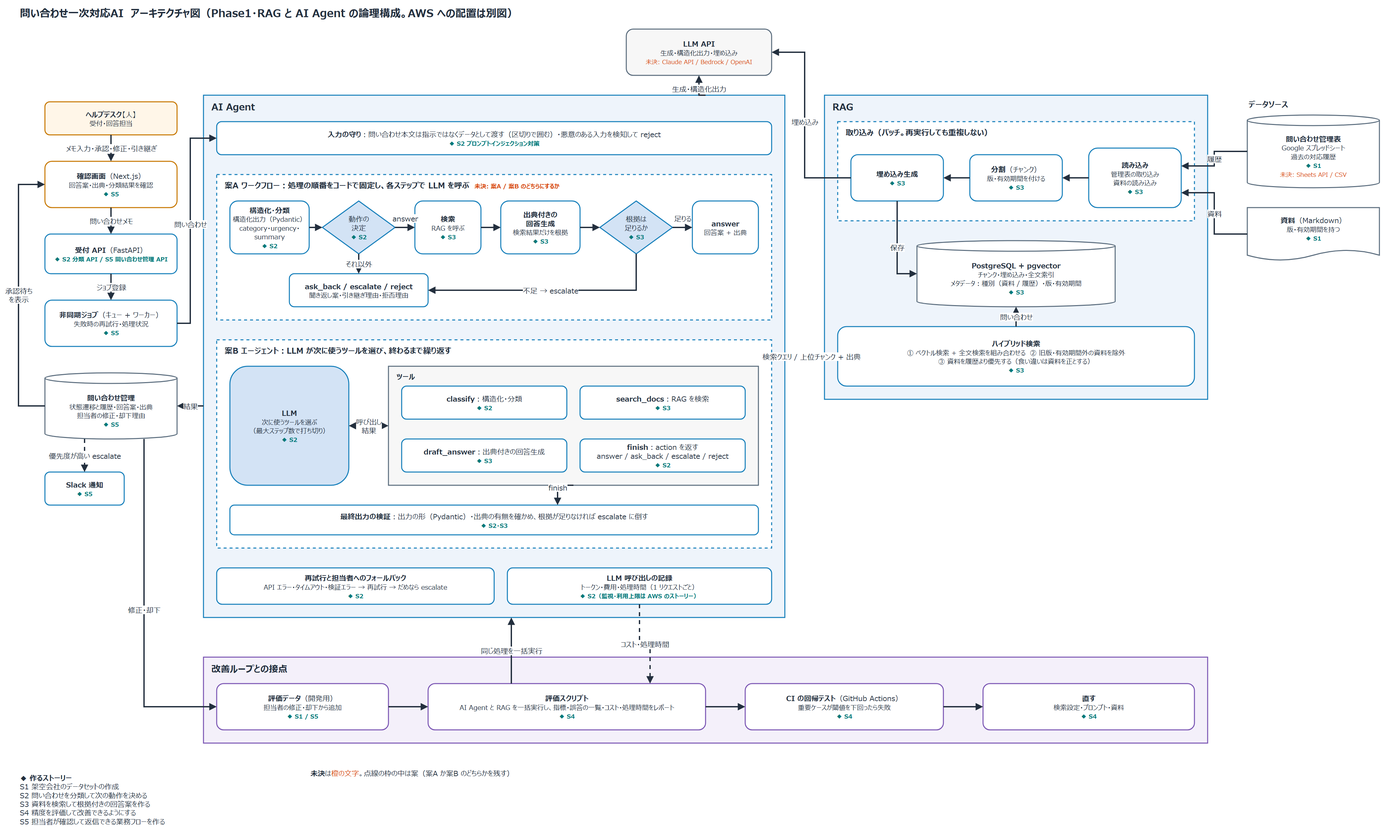
geek-teru/llm-inquiry-agent-sample keeps this draw.io diagram as docs/architecture.drawio.png. Above is the earlier version. Source tidied: cells renumbered, new cells last; positions are measured from the earlier drawing's top-left corner, leaving out a move shared by most shapes.
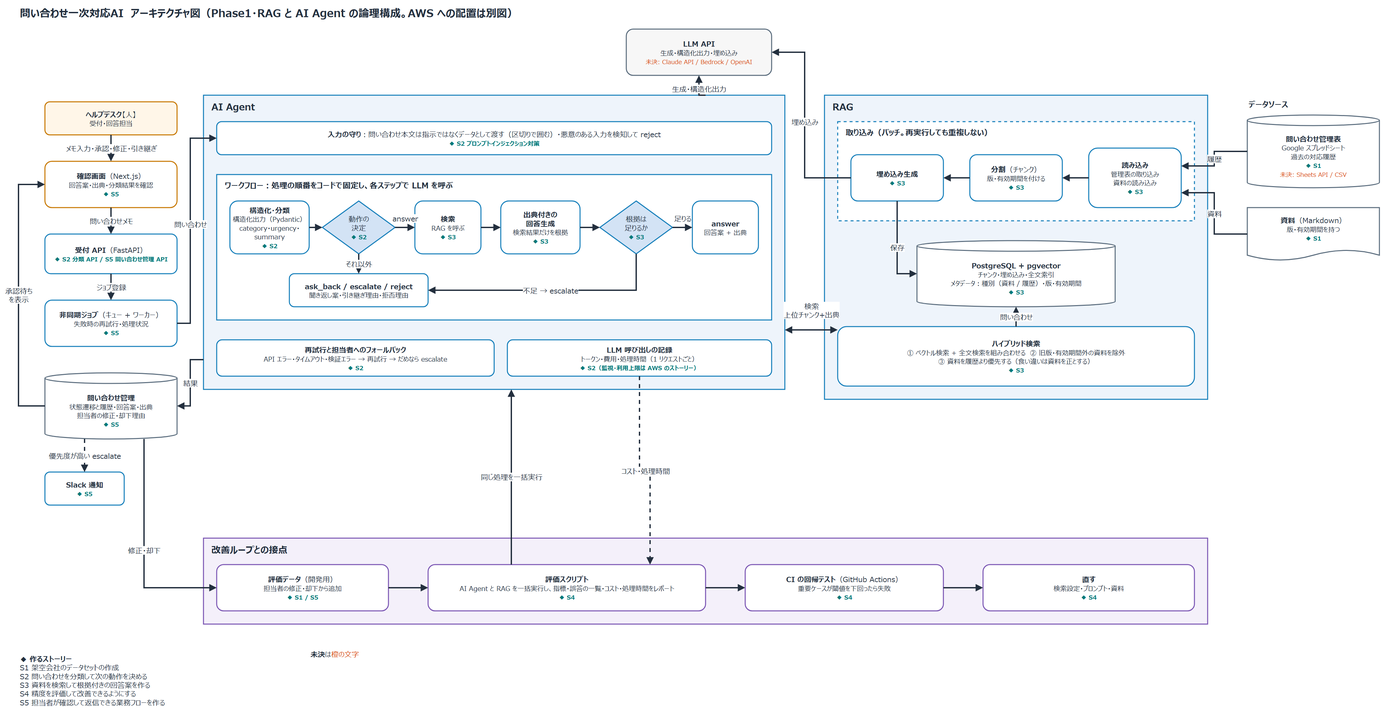
The same file after the commit.

Commit message:
docs: adopt workflow option for AI Agent in architecture diagram

Diff of the diagram source:
```diff
@@ -3,7 +3,7 @@
     <mxCell id="0" />
     <mxCell id="1" value="Background" parent="0" />
     <mxCell id="2" style="rounded=0;whiteSpace=wrap;html=1;fillColor=#FFFFFF;strokeColor=none;" parent="1" vertex="1">
-      <mxGeometry width="2100" height="1300" as="geometry" />
+      <mxGeometry width="2100" height="1120" as="geometry" />
     </mxCell>
     <mxCell id="3" value="Shapes" parent="0" />
     <mxCell id="4" value="Edges" parent="0" />
@@ -32,12 +32,12 @@
       <mxGeometry x="940" y="60" width="220" height="70" as="geometry" />
     </mxCell>
     <mxCell id="13" value="AI Agent" style="rounded=0;whiteSpace=wrap;html=1;fillColor=#EEF4FB;strokeColor=#147EBA;strokeWidth=1.5;verticalAlign=top;align=left;spacingLeft=10;spacingTop=2;fontStyle=1;fontSize=14;fontColor=#232F3E;fontFamily=Meiryo UI;" parent="3" vertex="1">
-      <mxGeometry x="300" y="160" width="880" height="790" as="geometry" />
+      <mxGeometry x="300" y="160" width="880" height="445" as="geometry" />
     </mxCell>
     <mxCell id="14" value="&lt;b&gt;入力の守り&lt;/b&gt;：問い合わせ本文は指示ではなくデータとして渡す（区切りで囲む）・悪意のある入力を検知して reject&lt;br&gt;&lt;span style=&quot;font-size:9px;color:#00797A;font-weight:bold&quot;&gt;◆ S2 プロンプトインジェクション対策&lt;/span&gt;" style="rounded=1;whiteSpace=wrap;html=1;fillColor=#FFFFFF;strokeColor=#147EBA;strokeWidth=1.5;fontSize=11;fontColor=#232F3E;fontFamily=Meiryo UI;" parent="13" vertex="1">
       <mxGeometry x="20" y="40" width="840" height="50" as="geometry" />
     </mxCell>
-    <mxCell id="15" value="案A ワークフロー：処理の順番をコードで固定し、各ステップで LLM を呼ぶ　&lt;span style=&quot;font-size:9px;color:#D9480F&quot;&gt;未決: 案A / 案B のどちらにするか&lt;/span&gt;" style="rounded=0;whiteSpace=wrap;html=1;fillColor=#FFFFFF;strokeColor=#147EBA;strokeWidth=1.5;verticalAlign=top;align=left;spacingLeft=10;spacingTop=2;fontStyle=1;fontSize=12;fontColor=#232F3E;fontFamily=Meiryo UI;dashed=1;" parent="13" vertex="1">
+    <mxCell id="15" value="ワークフロー：処理の順番をコードで固定し、各ステップで LLM を呼ぶ" style="rounded=0;whiteSpace=wrap;html=1;fillColor=#FFFFFF;strokeColor=#147EBA;strokeWidth=1.5;verticalAlign=top;align=left;spacingLeft=10;spacingTop=2;fontStyle=1;fontSize=12;fontColor=#232F3E;fontFamily=Meiryo UI;" parent="13" vertex="1">
       <mxGeometry x="20" y="120" width="840" height="220" as="geometry" />
     </mxCell>
     <mxCell id="16" value="&lt;b&gt;構造化・分類&lt;/b&gt;&lt;br&gt;&lt;span style=&quot;font-size:10px&quot;&gt;構造化出力（Pydantic）&lt;br&gt;category・urgency・summary&lt;/span&gt;&lt;br&gt;&lt;span style=&quot;font-size:9px;color:#00797A;font-weight:bold&quot;&gt;◆ S2&lt;/span&gt;" style="rounded=1;whiteSpace=wrap;html=1;fillColor=#FFFFFF;strokeColor=#147EBA;strokeWidth=1.5;fontSize=11;fontColor=#232F3E;fontFamily=Meiryo UI;" parent="15" vertex="1">
@@ -61,35 +61,11 @@
     <mxCell id="22" value="&lt;b&gt;ask_back / escalate / reject&lt;/b&gt;&lt;br&gt;&lt;span style=&quot;font-size:10px&quot;&gt;聞き返し案・引き継ぎ理由・拒否理由&lt;/span&gt;" style="rounded=1;whiteSpace=wrap;html=1;fillColor=#FFFFFF;strokeColor=#147EBA;strokeWidth=1.5;fontSize=11;fontColor=#232F3E;fontFamily=Meiryo UI;" parent="15" vertex="1">
       <mxGeometry x="110" y="150" width="210" height="50" as="geometry" />
     </mxCell>
-    <mxCell id="23" value="案B エージェント：LLM が次に使うツールを選び、終わるまで繰り返す" style="rounded=0;whiteSpace=wrap;html=1;fillColor=#FFFFFF;strokeColor=#147EBA;strokeWidth=1.5;verticalAlign=top;align=left;spacingLeft=10;spacingTop=2;fontStyle=1;fontSize=12;fontColor=#232F3E;fontFamily=Meiryo UI;dashed=1;" parent="13" vertex="1">
-      <mxGeometry x="20" y="370" width="840" height="315" as="geometry" />
-    </mxCell>
-    <mxCell id="24" value="&lt;b&gt;LLM&lt;/b&gt;&lt;br&gt;&lt;span style=&quot;font-size:10px&quot;&gt;次に使うツールを選ぶ&lt;br&gt;（最大ステップ数で打ち切り）&lt;/span&gt;&lt;br&gt;&lt;span style=&quot;font-size:9px;color:#00797A;font-weight:bold&quot;&gt;◆ S2&lt;/span&gt;" style="rounded=1;whiteSpace=wrap;html=1;fillColor=#D3E3F5;strokeColor=#147EBA;strokeWidth=1.5;fontSize=11;fontColor=#232F3E;fontFamily=Meiryo UI;" parent="23" vertex="1">
-      <mxGeometry x="20" y="40" width="180" height="180" as="geometry" />
-    </mxCell>
-    <mxCell id="25" value="ツール" style="rounded=0;whiteSpace=wrap;html=1;fillColor=#F7F7F7;strokeColor=#5A6C7D;strokeWidth=1.5;verticalAlign=top;align=left;spacingLeft=10;spacingTop=2;fontStyle=1;fontSize=11;fontColor=#232F3E;fontFamily=Meiryo UI;" parent="23" vertex="1">
-      <mxGeometry x="260" y="40" width="560" height="180" as="geometry" />
-    </mxCell>
-    <mxCell id="26" value="&lt;b&gt;classify&lt;/b&gt;：構造化・分類&lt;br&gt;&lt;span style=&quot;font-size:9px;color:#00797A;font-weight:bold&quot;&gt;◆ S2&lt;/span&gt;" style="rounded=1;whiteSpace=wrap;html=1;fillColor=#FFFFFF;strokeColor=#147EBA;strokeWidth=1.5;fontSize=11;fontColor=#232F3E;fontFamily=Meiryo UI;" parent="25" vertex="1">
-      <mxGeometry x="20" y="30" width="250" height="50" as="geometry" />
-    </mxCell>
-    <mxCell id="27" value="&lt;b&gt;search_docs&lt;/b&gt;：RAG を検索&lt;br&gt;&lt;span style=&quot;font-size:9px;color:#00797A;font-weight:bold&quot;&gt;◆ S3&lt;/span&gt;" style="rounded=1;whiteSpace=wrap;html=1;fillColor=#FFFFFF;strokeColor=#147EBA;strokeWidth=1.5;fontSize=11;fontColor=#232F3E;fontFamily=Meiryo UI;" parent="25" vertex="1">
-      <mxGeometry x="290" y="30" width="250" height="50" as="geometry" />
-    </mxCell>
-    <mxCell id="28" value="&lt;b&gt;draft_answer&lt;/b&gt;：出典付きの回答生成&lt;br&gt;&lt;span style=&quot;font-size:9px;color:#00797A;font-weight:bold&quot;&gt;◆ S3&lt;/span&gt;" style="rounded=1;whiteSpace=wrap;html=1;fillColor=#FFFFFF;strokeColor=#147EBA;strokeWidth=1.5;fontSize=11;fontColor=#232F3E;fontFamily=Meiryo UI;" parent="25" vertex="1">
-      <mxGeometry x="20" y="110" width="250" height="50" as="geometry" />
-    </mxCell>
-    <mxCell id="29" value="&lt;b&gt;finish&lt;/b&gt;：action を返す&lt;br&gt;answer / ask_back / escalate / reject&lt;br&gt;&lt;span style=&quot;font-size:9px;color:#00797A;font-weight:bold&quot;&gt;◆ S2&lt;/span&gt;" style="rounded=1;whiteSpace=wrap;html=1;fillColor=#FFFFFF;strokeColor=#147EBA;strokeWidth=1.5;fontSize=11;fontColor=#232F3E;fontFamily=Meiryo UI;" parent="25" vertex="1">
-      <mxGeometry x="290" y="110" width="250" height="50" as="geometry" />
-    </mxCell>
-    <mxCell id="30" value="&lt;b&gt;最終出力の検証&lt;/b&gt;：出力の形（Pydantic）・出典の有無を確かめ、根拠が足りなければ escalate に倒す&lt;br&gt;&lt;span style=&quot;font-size:9px;color:#00797A;font-weight:bold&quot;&gt;◆ S2・S3&lt;/span&gt;" style="rounded=1;whiteSpace=wrap;html=1;fillColor=#FFFFFF;strokeColor=#147EBA;strokeWidth=1.5;fontSize=11;fontColor=#232F3E;fontFamily=Meiryo UI;" parent="23" vertex="1">
-      <mxGeometry x="20" y="250" width="800" height="45" as="geometry" />
-    </mxCell>
     <mxCell id="31" value="&lt;b&gt;再試行と担当者へのフォールバック&lt;/b&gt;&lt;br&gt;&lt;span style=&quot;font-size:10px&quot;&gt;API エラー・タイムアウト・検証エラー → 再試行 → だめなら escalate&lt;/span&gt;&lt;br&gt;&lt;span style=&quot;font-size:9px;color:#00797A;font-weight:bold&quot;&gt;◆ S2&lt;/span&gt;" style="rounded=1;whiteSpace=wrap;html=1;fillColor=#FFFFFF;strokeColor=#147EBA;strokeWidth=1.5;fontSize=11;fontColor=#232F3E;fontFamily=Meiryo UI;" parent="13" vertex="1">
-      <mxGeometry x="20" y="715" width="420" height="55" as="geometry" />
+      <mxGeometry x="20" y="370" width="420" height="55" as="geometry" />
     </mxCell>
     <mxCell id="32" value="&lt;b&gt;LLM 呼び出しの記録&lt;/b&gt;&lt;br&gt;&lt;span style=&quot;font-size:10px&quot;&gt;トークン・費用・処理時間（1 リクエストごと）&lt;/span&gt;&lt;br&gt;&lt;span style=&quot;font-size:9px;color:#00797A;font-weight:bold&quot;&gt;◆ S2（監視・利用上限は AWS のストーリー）&lt;/span&gt;" style="rounded=1;whiteSpace=wrap;html=1;fillColor=#FFFFFF;strokeColor=#147EBA;strokeWidth=1.5;fontSize=11;fontColor=#232F3E;fontFamily=Meiryo UI;" parent="13" vertex="1">
-      <mxGeometry x="460" y="715" width="400" height="55" as="geometry" />
+      <mxGeometry x="460" y="370" width="400" height="55" as="geometry" />
     </mxCell>
     <mxCell id="33" value="RAG" style="rounded=0;whiteSpace=wrap;html=1;fillColor=#EEF4FB;strokeColor=#147EBA;strokeWidth=1.5;verticalAlign=top;align=left;spacingLeft=10;spacingTop=2;fontStyle=1;fontSize=14;fontColor=#232F3E;fontFamily=Meiryo UI;" parent="3" vertex="1">
       <mxGeometry x="1240" y="160" width="580" height="460" as="geometry" />
@@ -122,7 +98,7 @@
       <mxGeometry x="1880" y="160" width="200" height="25" as="geometry" />
     </mxCell>
     <mxCell id="43" value="改善ループとの接点" style="rounded=0;whiteSpace=wrap;html=1;fillColor=#F4F0FA;strokeColor=#7A55B3;strokeWidth=1.5;verticalAlign=top;align=left;spacingLeft=10;spacingTop=2;fontStyle=1;fontSize=14;fontColor=#232F3E;fontFamily=Meiryo UI;" parent="3" vertex="1">
-      <mxGeometry x="300" y="1010" width="1520" height="130" as="geometry" />
+      <mxGeometry x="300" y="830" width="1520" height="130" as="geometry" />
     </mxCell>
     <mxCell id="44" value="&lt;b&gt;評価データ&lt;/b&gt;（開発用）&lt;br&gt;&lt;span style=&quot;font-size:10px&quot;&gt;担当者の修正・却下から追加&lt;/span&gt;&lt;br&gt;&lt;span style=&quot;font-size:9px;color:#00797A;font-weight:bold&quot;&gt;◆ S1 / S5&lt;/span&gt;" style="rounded=1;whiteSpace=wrap;html=1;fillColor=#FFFFFF;strokeColor=#7A55B3;strokeWidth=1.5;fontSize=11;fontColor=#232F3E;fontFamily=Meiryo UI;" parent="43" vertex="1">
       <mxGeometry x="20" y="40" width="260" height="70" as="geometry" />
@@ -137,10 +113,10 @@
       <mxGeometry x="1180" y="40" width="320" height="70" as="geometry" />
     </mxCell>
     <mxCell id="48" value="&lt;b&gt;◆ 作るストーリー&lt;/b&gt;&lt;br&gt;S1 架空会社のデータセットの作成&lt;br&gt;S2 問い合わせを分類して次の動作を決める&lt;br&gt;S3 資料を検索して根拠付きの回答案を作る&lt;br&gt;S4 精度を評価して改善できるようにする&lt;br&gt;S5 担当者が確認して返信できる業務フローを作る" style="text;html=1;whiteSpace=wrap;align=left;verticalAlign=middle;fontSize=11;fontColor=#232F3E;fontFamily=Meiryo UI;" parent="3" vertex="1">
-      <mxGeometry x="20" y="1170" width="420" height="110" as="geometry" />
+      <mxGeometry x="20" y="990" width="420" height="110" as="geometry" />
     </mxCell>
-    <mxCell id="49" value="&lt;b&gt;未決&lt;/b&gt;は&lt;span style=&quot;color:#D9480F&quot;&gt;橙の文字&lt;/span&gt;。点線の枠の中は案（案A か案B のどちらかを残す）" style="text;html=1;whiteSpace=wrap;align=left;verticalAlign=middle;fontSize=11;fontColor=#232F3E;fontFamily=Meiryo UI;" parent="3" vertex="1">
-      <mxGeometry x="460" y="1170" width="600" height="30" as="geometry" />
+    <mxCell id="49" value="&lt;b&gt;未決&lt;/b&gt;は&lt;span style=&quot;color:#D9480F&quot;&gt;橙の文字&lt;/span&gt;" style="text;html=1;whiteSpace=wrap;align=left;verticalAlign=middle;fontSize=11;fontColor=#232F3E;fontFamily=Meiryo UI;" parent="3" vertex="1">
+      <mxGeometry x="460" y="990" width="600" height="30" as="geometry" />
     </mxCell>
     <mxCell id="50" style="edgeStyle=orthogonalEdgeStyle;rounded=0;html=1;jettySize=auto;strokeColor=#232F3E;strokeWidth=2;endArrow=block;endFill=1;fontSize=11;fontColor=#232F3E;labelBackgroundColor=#ffffff;fontFamily=Meiryo UI;exitX=1;exitY=0.5;exitDx=0;exitDy=0;entryX=0;entryY=0.5;entryDx=0;entryDy=0;" parent="4" edge="1" source="16" target="17">
       <mxGeometry relative="1" as="geometry" />
@@ -171,12 +147,6 @@
         </Array>
       </mxGeometry>
     </mxCell>
-    <mxCell id="57" value="呼び出し&lt;br&gt;結果" style="edgeStyle=orthogonalEdgeStyle;rounded=0;html=1;jettySize=auto;strokeColor=#232F3E;strokeWidth=2;endArrow=block;endFill=1;fontSize=11;fontColor=#232F3E;labelBackgroundColor=#ffffff;fontFamily=Meiryo UI;startArrow=block;startFill=1;exitX=1;exitY=0.5;exitDx=0;exitDy=0;entryX=0;entryY=0.5;entryDx=0;entryDy=0;" parent="4" edge="1" source="24" target="25">
-      <mxGeometry relative="1" as="geometry" />
-    </mxCell>
-    <mxCell id="58" value="finish" style="edgeStyle=orthogonalEdgeStyle;rounded=0;html=1;jettySize=auto;strokeColor=#232F3E;strokeWidth=2;endArrow=block;endFill=1;fontSize=11;fontColor=#232F3E;labelBackgroundColor=#ffffff;fontFamily=Meiryo UI;exitX=0.5;exitY=1;exitDx=0;exitDy=0;entryX=0.62;entryY=0;entryDx=0;entryDy=0;" parent="4" edge="1" source="25" target="30">
-      <mxGeometry relative="1" as="geometry" />
-    </mxCell>
     <mxCell id="59" style="edgeStyle=orthogonalEdgeStyle;rounded=0;html=1;jettySize=auto;strokeColor=#232F3E;strokeWidth=2;endArrow=block;endFill=1;fontSize=11;fontColor=#232F3E;labelBackgroundColor=#ffffff;fontFamily=Meiryo UI;exitX=0;exitY=0.5;exitDx=0;exitDy=0;entryX=1;entryY=0.5;entryDx=0;entryDy=0;" parent="4" edge="1" source="37" target="36">
       <mxGeometry relative="1" as="geometry" />
     </mxCell>
@@ -230,8 +200,13 @@
         </Array>
       </mxGeometry>
     </mxCell>
-    <mxCell id="72" value="結果" style="edgeStyle=orthogonalEdgeStyle;rounded=0;html=1;jettySize=auto;strokeColor=#232F3E;strokeWidth=2;endArrow=block;endFill=1;fontSize=11;fontColor=#232F3E;labelBackgroundColor=#ffffff;fontFamily=Meiryo UI;exitX=0;exitY=0.5949367088607594;exitDx=0;exitDy=0;entryX=1;entryY=0.5;entryDx=0;entryDy=0;" parent="4" edge="1" source="13" target="10">
-      <mxGeometry relative="1" as="geometry" />
+    <mxCell id="72" value="結果" style="edgeStyle=orthogonalEdgeStyle;rounded=0;html=1;jettySize=auto;strokeColor=#232F3E;strokeWidth=2;endArrow=block;endFill=1;fontSize=11;fontColor=#232F3E;labelBackgroundColor=#ffffff;fontFamily=Meiryo UI;exitX=0;exitY=0.898876404494382;exitDx=0;exitDy=0;entryX=1;entryY=0.5;entryDx=0;entryDy=0;" parent="4" edge="1" source="13" target="10">
+      <mxGeometry relative="1" as="geometry">
+        <Array as="points">
+          <mxPoint x="280" y="560" />
+          <mxPoint x="280" y="630" />
+        </Array>
+      </mxGeometry>
     </mxCell>
     <mxCell id="73" value="承認待ち&lt;br&gt;を表示" style="edgeStyle=orthogonalEdgeStyle;rounded=0;html=1;jettySize=auto;strokeColor=#232F3E;strokeWidth=2;endArrow=block;endFill=1;fontSize=11;fontColor=#232F3E;labelBackgroundColor=#ffffff;fontFamily=Meiryo UI;exitX=0;exitY=0.5;exitDx=0;exitDy=0;entryX=0;entryY=0.5;entryDx=0;entryDy=0;" parent="4" edge="1" source="10" target="7">
       <mxGeometry relative="1" as="geometry">
@@ -247,7 +222,7 @@
     <mxCell id="75" value="修正・却下" style="edgeStyle=orthogonalEdgeStyle;rounded=0;html=1;jettySize=auto;strokeColor=#232F3E;strokeWidth=2;endArrow=block;endFill=1;fontSize=11;fontColor=#232F3E;labelBackgroundColor=#ffffff;fontFamily=Meiryo UI;exitX=0.75;exitY=1;exitDx=0;exitDy=0;entryX=0;entryY=0.5;entryDx=0;entryDy=0;" parent="4" edge="1" source="10" target="44">
       <mxGeometry relative="1" as="geometry">
         <Array as="points">
-          <mxPoint x="210" y="1085" />
+          <mxPoint x="210" y="905" />
         </Array>
       </mxGeometry>
     </mxCell>
@@ -257,8 +232,10 @@
     <mxCell id="77" value="コスト・処理時間" style="edgeStyle=orthogonalEdgeStyle;rounded=0;html=1;jettySize=auto;strokeColor=#232F3E;strokeWidth=2;endArrow=block;endFill=1;fontSize=11;fontColor=#232F3E;labelBackgroundColor=#ffffff;fontFamily=Meiryo UI;dashed=1;exitX=0.5;exitY=1;exitDx=0;exitDy=0;entryX=0.8;entryY=0;entryDx=0;entryDy=0;" parent="4" edge="1" source="32" target="45">
       <mxGeometry relative="1" as="geometry" />
     </mxCell>
-    <mxCell id="78" value="検索クエリ / 上位チャンク + 出典" style="edgeStyle=orthogonalEdgeStyle;rounded=0;html=1;jettySize=auto;strokeColor=#232F3E;strokeWidth=2;endArrow=block;endFill=1;fontSize=11;fontColor=#232F3E;labelBackgroundColor=#ffffff;fontFamily=Meiryo UI;startArrow=block;startFill=1;exitX=1;exitY=0.5;exitDx=0;exitDy=0;entryX=0;entryY=0.5;entryDx=0;entryDy=0;" parent="4" edge="1" source="13" target="39">
-      <mxGeometry relative="1" as="geometry" />
+    <mxCell id="78" value="検索&lt;br&gt;上位チャンク+出典" style="edgeStyle=orthogonalEdgeStyle;rounded=0;html=1;jettySize=auto;strokeColor=#232F3E;strokeWidth=2;endArrow=block;endFill=1;fontSize=11;fontColor=#232F3E;labelBackgroundColor=#ffffff;fontFamily=Meiryo UI;startArrow=block;startFill=1;exitX=1;exitY=0.797752808988764;exitDx=0;exitDy=0;entryX=0;entryY=0.05555555555555555;entryDx=0;entryDy=0;" parent="4" edge="1" source="13" target="39">
+      <mxGeometry relative="1" as="geometry">
+        <mxPoint y="-30" as="offset" />
+      </mxGeometry>
     </mxCell>
     <mxCell id="79" value="生成・構造化出力" style="edgeStyle=orthogonalEdgeStyle;rounded=0;html=1;jettySize=auto;strokeColor=#232F3E;strokeWidth=2;endArrow=block;endFill=1;fontSize=11;fontColor=#232F3E;labelBackgroundColor=#ffffff;fontFamily=Meiryo UI;exitX=0.8636363636363636;exitY=0;exitDx=0;exitDy=0;entryX=0.5;entryY=1;entryDx=0;entryDy=0;" parent="4" edge="1" source="13" target="12">
       <mxGeometry relative="1" as="geometry" />
```
